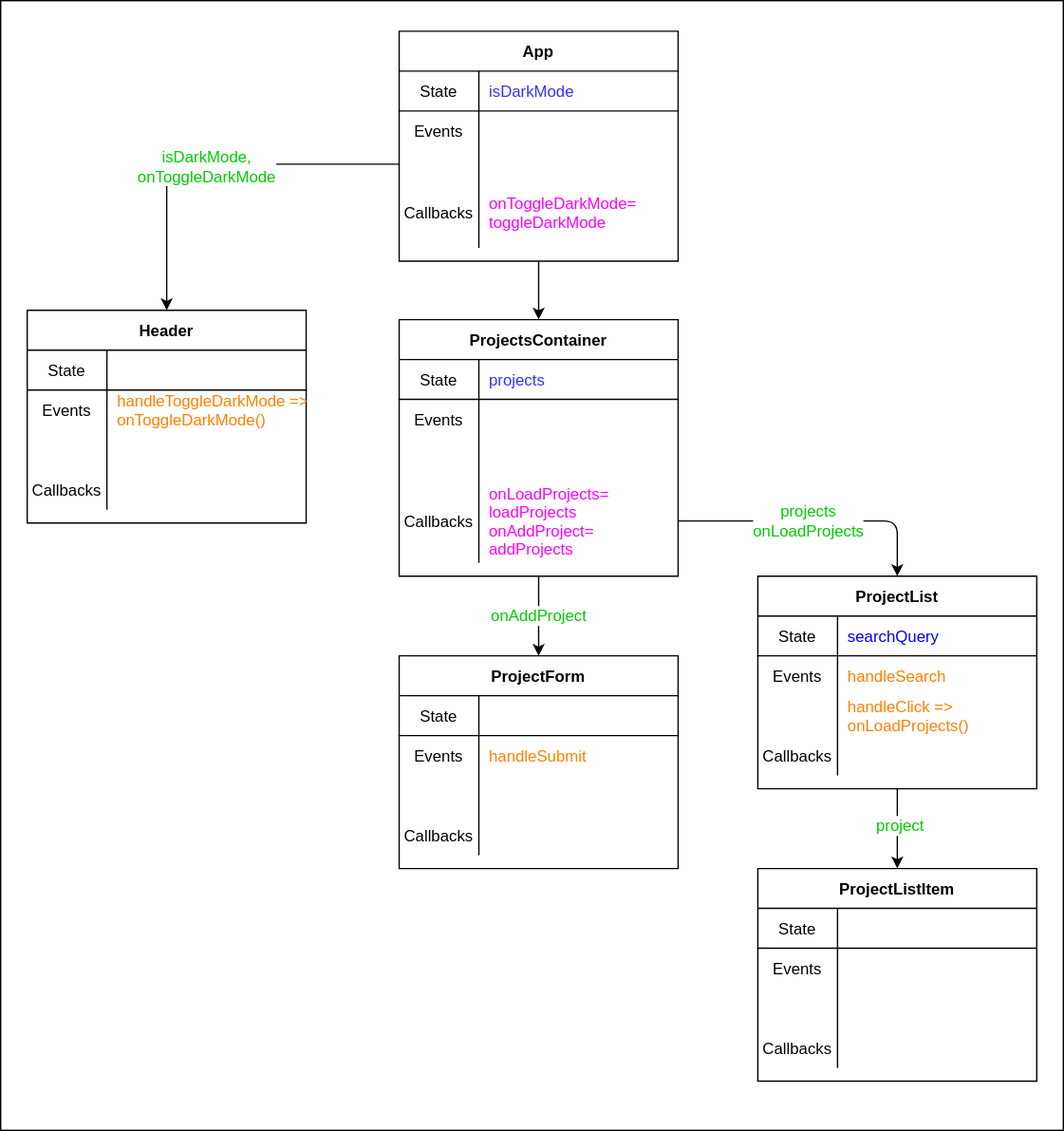
learn-co-students/SE-LIVE-121123-Phase-2-ProjectShowcase keeps this draw.io diagram as 05_side_effects_and_data_fetching/assets/component-hierarchy-with-updated-data-flow.drawio.svg. Above is the earlier version. Source tidied: cells renumbered, new cells last; positions are measured from the earlier drawing's top-left corner, leaving out a move shared by most shapes.
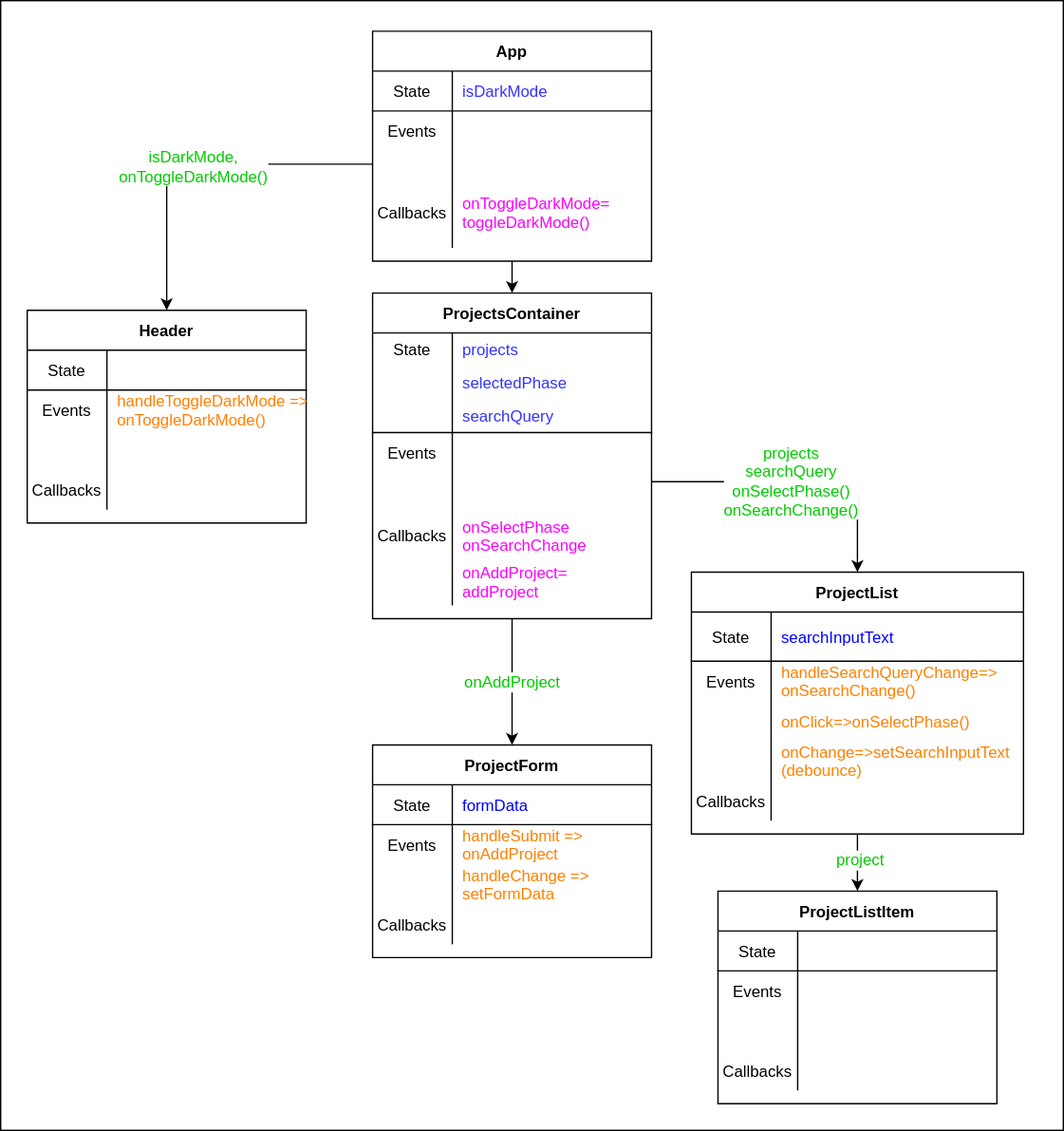
After the commit.

What changed in the source:
```diff
@@ -8,20 +8,20 @@
     <mxCell id="3" style="edgeStyle=orthogonalEdgeStyle;html=1;exitX=0;exitY=0.5;exitDx=0;exitDy=0;" parent="1" edge="1" source="15" target="21">
       <mxGeometry relative="1" as="geometry" />
     </mxCell>
-    <mxCell id="4" value="&lt;font style=&quot;font-size: 12px;&quot; color=&quot;#00cc00&quot;&gt;isDarkMode,&lt;br&gt;onToggleDarkMode&lt;/font&gt;" style="edgeLabel;html=1;align=center;verticalAlign=middle;" parent="3" vertex="1">
+    <mxCell id="4" value="&lt;font style=&quot;font-size: 12px;&quot; color=&quot;#00cc00&quot;&gt;isDarkMode,&lt;br&gt;onToggleDarkMode()&lt;/font&gt;" style="edgeLabel;html=1;align=center;verticalAlign=middle;" parent="3" vertex="1">
       <mxGeometry x="0.03" y="1" relative="1" as="geometry" />
     </mxCell>
-    <mxCell id="5" style="edgeStyle=orthogonalEdgeStyle;html=1;exitX=1;exitY=0.5;exitDx=0;exitDy=0;" parent="1" edge="1" source="86" target="49">
+    <mxCell id="5" style="edgeStyle=orthogonalEdgeStyle;html=1;exitX=1;exitY=0.233;exitDx=0;exitDy=0;exitPerimeter=0;" parent="1" edge="1" source="83" target="49">
       <mxGeometry relative="1" as="geometry" />
     </mxCell>
-    <mxCell id="6" value="&lt;font style=&quot;font-size: 12px;&quot; color=&quot;#00cc00&quot;&gt;projects&lt;br&gt;onLoadProjects&lt;/font&gt;" style="edgeLabel;html=1;align=center;verticalAlign=middle;" parent="5" vertex="1">
+    <mxCell id="6" value="&lt;font style=&quot;font-size: 12px;&quot; color=&quot;#00cc00&quot;&gt;projects&lt;br&gt;searchQuery&lt;br&gt;onSelectPhase()&lt;br&gt;onSearchChange()&lt;br&gt;&lt;/font&gt;" style="edgeLabel;html=1;align=center;verticalAlign=middle;" parent="5" vertex="1">
       <mxGeometry x="-0.06" relative="1" as="geometry" />
     </mxCell>
-    <mxCell id="7" style="edgeStyle=none;html=1;entryX=0.5;entryY=0;entryDx=0;entryDy=0;" parent="1" edge="1" source="8" target="76">
+    <mxCell id="7" style="edgeStyle=orthogonalEdgeStyle;html=1;entryX=0.5;entryY=0;entryDx=0;entryDy=0;" parent="1" edge="1" source="8" target="76">
       <mxGeometry relative="1" as="geometry" />
     </mxCell>
     <mxCell id="8" value="App" style="shape=table;startSize=30;rowLines=0;fontStyle=1;align=center;" parent="1" vertex="1">
-      <mxGeometry x="300" y="23" width="210" height="173" as="geometry" />
+      <mxGeometry x="280" y="23" width="210" height="173" as="geometry" />
     </mxCell>
     <mxCell id="9" style="shape=partialRectangle;fillColor=none;top=0;left=0;bottom=1;right=0;" parent="8" vertex="1">
       <mxGeometry y="30" width="210" height="30" as="geometry" />
@@ -56,7 +56,7 @@
     <mxCell id="19" value="Callbacks" style="shape=partialRectangle;fillColor=none;top=0;left=0;bottom=0;right=0;overflow=hidden;" parent="18" vertex="1">
       <mxGeometry width="60" height="53" as="geometry" />
     </mxCell>
-    <mxCell id="20" value="onToggleDarkMode=&#10;toggleDarkMode" style="shape=partialRectangle;fillColor=none;top=0;left=0;bottom=0;right=0;align=left;spacingLeft=6;overflow=hidden;strokeColor=#3333FF;fontColor=#FF00FF;labelBackgroundColor=default;" parent="18" vertex="1">
+    <mxCell id="20" value="onToggleDarkMode=&#10;toggleDarkMode()" style="shape=partialRectangle;fillColor=none;top=0;left=0;bottom=0;right=0;align=left;spacingLeft=6;overflow=hidden;strokeColor=#3333FF;fontColor=#FF00FF;labelBackgroundColor=default;" parent="18" vertex="1">
       <mxGeometry x="60" width="150" height="53" as="geometry" />
     </mxCell>
     <mxCell id="21" value="Header" style="shape=table;startSize=30;rowLines=0;fontStyle=1;align=center;" parent="1" vertex="1">
@@ -99,7 +99,7 @@
       <mxGeometry x="60" width="150" height="30" as="geometry" />
     </mxCell>
     <mxCell id="34" value="ProjectForm" style="shape=table;startSize=30;rowLines=0;fontStyle=1;align=center;" parent="1" vertex="1">
-      <mxGeometry x="300" y="493" width="210" height="160" as="geometry" />
+      <mxGeometry x="280" y="560" width="210" height="160" as="geometry" />
     </mxCell>
     <mxCell id="35" style="shape=partialRectangle;fillColor=none;top=0;left=0;bottom=1;right=0;" parent="34" vertex="1">
       <mxGeometry y="30" width="210" height="30" as="geometry" />
@@ -107,7 +107,7 @@
     <mxCell id="36" value="State" style="shape=partialRectangle;fillColor=none;top=0;left=0;bottom=0;right=0;fontStyle=0;overflow=hidden;" parent="35" vertex="1">
       <mxGeometry width="60" height="30" as="geometry" />
     </mxCell>
-    <mxCell id="37" style="shape=partialRectangle;fillColor=none;top=0;left=0;bottom=0;right=0;align=left;spacingLeft=6;fontStyle=0;overflow=hidden;" parent="35" vertex="1">
+    <mxCell id="37" value="formData" style="shape=partialRectangle;fillColor=none;top=0;left=0;bottom=0;right=0;align=left;spacingLeft=6;fontStyle=0;overflow=hidden;fontColor=#0000FF;" parent="35" vertex="1">
       <mxGeometry x="60" width="150" height="30" as="geometry" />
     </mxCell>
     <mxCell id="38" style="shape=partialRectangle;fillColor=none;top=0;left=0;bottom=0;right=0;" parent="34" vertex="1">
@@ -116,7 +116,7 @@
     <mxCell id="39" value="Events" style="shape=partialRectangle;fillColor=none;top=0;left=0;bottom=0;right=0;overflow=hidden;" parent="38" vertex="1">
       <mxGeometry width="60" height="30" as="geometry" />
     </mxCell>
-    <mxCell id="40" value="handleSubmit" style="shape=partialRectangle;fillColor=none;top=0;left=0;bottom=0;right=0;align=left;spacingLeft=6;overflow=hidden;fontColor=#FF8000;" parent="38" vertex="1">
+    <mxCell id="40" value="handleSubmit =&gt; &#10;onAddProject" style="shape=partialRectangle;fillColor=none;top=0;left=0;bottom=0;right=0;align=left;spacingLeft=6;overflow=hidden;fontColor=#FF8000;" parent="38" vertex="1">
       <mxGeometry x="60" width="150" height="30" as="geometry" />
     </mxCell>
     <mxCell id="41" style="shape=partialRectangle;fillColor=none;top=0;left=0;bottom=0;right=0;" parent="34" vertex="1">
@@ -125,7 +125,7 @@
     <mxCell id="42" style="shape=partialRectangle;fillColor=none;top=0;left=0;bottom=0;right=0;overflow=hidden;" parent="41" vertex="1">
       <mxGeometry width="60" height="30" as="geometry" />
     </mxCell>
-    <mxCell id="43" style="shape=partialRectangle;fillColor=none;top=0;left=0;bottom=0;right=0;align=left;spacingLeft=6;overflow=hidden;" parent="41" vertex="1">
+    <mxCell id="43" value="handleChange =&gt;&#10;setFormData" style="shape=partialRectangle;fillColor=none;top=0;left=0;bottom=0;right=0;align=left;spacingLeft=6;overflow=hidden;fontColor=#FF8000;" parent="41" vertex="1">
       <mxGeometry x="60" width="150" height="30" as="geometry" />
     </mxCell>
     <mxCell id="44" style="shape=partialRectangle;fillColor=none;top=0;left=0;bottom=0;right=0;" parent="34" vertex="1">
@@ -137,53 +137,62 @@
     <mxCell id="46" style="shape=partialRectangle;fillColor=none;top=0;left=0;bottom=0;right=0;align=left;spacingLeft=6;overflow=hidden;" parent="44" vertex="1">
       <mxGeometry x="60" width="150" height="30" as="geometry" />
     </mxCell>
-    <mxCell id="47" style="edgeStyle=none;html=1;" parent="1" edge="1" source="49" target="62">
+    <mxCell id="47" style="edgeStyle=orthogonalEdgeStyle;html=1;" parent="1" edge="1" source="49" target="62">
       <mxGeometry relative="1" as="geometry" />
     </mxCell>
     <mxCell id="48" value="&lt;font style=&quot;font-size: 12px;&quot; color=&quot;#00cc00&quot;&gt;project&lt;/font&gt;" style="edgeLabel;html=1;align=center;verticalAlign=middle;" parent="47" vertex="1">
       <mxGeometry x="-0.12" y="1" relative="1" as="geometry" />
     </mxCell>
     <mxCell id="49" value="ProjectList" style="shape=table;startSize=30;rowLines=0;fontStyle=1;align=center;" parent="1" vertex="1">
-      <mxGeometry x="570" y="433" width="210" height="160" as="geometry" />
+      <mxGeometry x="520" y="430" width="250" height="197" as="geometry" />
     </mxCell>
     <mxCell id="50" style="shape=partialRectangle;fillColor=none;top=0;left=0;bottom=1;right=0;" parent="49" vertex="1">
-      <mxGeometry y="30" width="210" height="30" as="geometry" />
+      <mxGeometry y="30" width="250" height="37" as="geometry" />
     </mxCell>
     <mxCell id="51" value="State" style="shape=partialRectangle;fillColor=none;top=0;left=0;bottom=0;right=0;fontStyle=0;overflow=hidden;" parent="50" vertex="1">
-      <mxGeometry width="60" height="30" as="geometry" />
+      <mxGeometry width="60" height="37" as="geometry" />
     </mxCell>
-    <mxCell id="52" value="searchQuery" style="shape=partialRectangle;fillColor=none;top=0;left=0;bottom=0;right=0;align=left;spacingLeft=6;fontStyle=0;overflow=hidden;fontColor=#0000FF;" parent="50" vertex="1">
-      <mxGeometry x="60" width="150" height="30" as="geometry" />
+    <mxCell id="52" value="searchInputText" style="shape=partialRectangle;fillColor=none;top=0;left=0;bottom=0;right=0;align=left;spacingLeft=6;fontStyle=0;overflow=hidden;fontColor=#0000FF;" parent="50" vertex="1">
+      <mxGeometry x="60" width="190" height="37" as="geometry" />
     </mxCell>
     <mxCell id="53" style="shape=partialRectangle;fillColor=none;top=0;left=0;bottom=0;right=0;" parent="49" vertex="1">
-      <mxGeometry y="60" width="210" height="30" as="geometry" />
+      <mxGeometry y="67" width="250" height="30" as="geometry" />
     </mxCell>
     <mxCell id="54" value="Events" style="shape=partialRectangle;fillColor=none;top=0;left=0;bottom=0;right=0;overflow=hidden;" parent="53" vertex="1">
       <mxGeometry width="60" height="30" as="geometry" />
     </mxCell>
-    <mxCell id="55" value="handleSearch" style="shape=partialRectangle;fillColor=none;top=0;left=0;bottom=0;right=0;align=left;spacingLeft=6;overflow=hidden;fontColor=#FF8000;" parent="53" vertex="1">
-      <mxGeometry x="60" width="150" height="30" as="geometry" />
+    <mxCell id="55" value="handleSearchQueryChange=&gt;&#10;onSearchChange()" style="shape=partialRectangle;fillColor=none;top=0;left=0;bottom=0;right=0;align=left;spacingLeft=6;overflow=hidden;fontColor=#FF8000;" parent="53" vertex="1">
+      <mxGeometry x="60" width="190" height="30" as="geometry" />
     </mxCell>
     <mxCell id="56" style="shape=partialRectangle;fillColor=none;top=0;left=0;bottom=0;right=0;" parent="49" vertex="1">
-      <mxGeometry y="90" width="210" height="30" as="geometry" />
+      <mxGeometry y="97" width="250" height="30" as="geometry" />
     </mxCell>
     <mxCell id="57" style="shape=partialRectangle;fillColor=none;top=0;left=0;bottom=0;right=0;overflow=hidden;" parent="56" vertex="1">
       <mxGeometry width="60" height="30" as="geometry" />
     </mxCell>
-    <mxCell id="58" value="handleClick =&gt;&#10;onLoadProjects()" style="shape=partialRectangle;fillColor=none;top=0;left=0;bottom=0;right=0;align=left;spacingLeft=6;overflow=hidden;fontColor=#FF8000;" parent="56" vertex="1">
-      <mxGeometry x="60" width="150" height="30" as="geometry" />
+    <mxCell id="58" value="onClick=&gt;onSelectPhase()" style="shape=partialRectangle;fillColor=none;top=0;left=0;bottom=0;right=0;align=left;spacingLeft=6;overflow=hidden;fontColor=#FF8000;" parent="56" vertex="1">
+      <mxGeometry x="60" width="190" height="30" as="geometry" />
     </mxCell>
+    <mxCell id="89" style="shape=partialRectangle;fillColor=none;top=0;left=0;bottom=0;right=0;" parent="49" vertex="1">
+      <mxGeometry y="127" width="250" height="30" as="geometry" />
+    </mxCell>
+    <mxCell id="90" style="shape=partialRectangle;fillColor=none;top=0;left=0;bottom=0;right=0;overflow=hidden;" parent="89" vertex="1">
+      <mxGeometry width="60" height="30" as="geometry" />
+    </mxCell>
+    <mxCell id="91" value="onChange=&gt;setSearchInputText&#10;(debounce)" style="shape=partialRectangle;fillColor=none;top=0;left=0;bottom=0;right=0;align=left;spacingLeft=6;overflow=hidden;fontColor=#FF8000;" parent="89" vertex="1">
+      <mxGeometry x="60" width="190" height="30" as="geometry" />
+    </mxCell>
     <mxCell id="59" style="shape=partialRectangle;fillColor=none;top=0;left=0;bottom=0;right=0;" parent="49" vertex="1">
-      <mxGeometry y="120" width="210" height="30" as="geometry" />
+      <mxGeometry y="157" width="250" height="30" as="geometry" />
     </mxCell>
     <mxCell id="60" value="Callbacks" style="shape=partialRectangle;fillColor=none;top=0;left=0;bottom=0;right=0;overflow=hidden;" parent="59" vertex="1">
       <mxGeometry width="60" height="30" as="geometry" />
     </mxCell>
     <mxCell id="61" style="shape=partialRectangle;fillColor=none;top=0;left=0;bottom=0;right=0;align=left;spacingLeft=6;overflow=hidden;" parent="59" vertex="1">
-      <mxGeometry x="60" width="150" height="30" as="geometry" />
+      <mxGeometry x="60" width="190" height="30" as="geometry" />
     </mxCell>
     <mxCell id="62" value="ProjectListItem" style="shape=table;startSize=30;rowLines=0;fontStyle=1;align=center;" parent="1" vertex="1">
-      <mxGeometry x="570" y="653" width="210" height="160" as="geometry" />
+      <mxGeometry x="540" y="670" width="210" height="160" as="geometry" />
     </mxCell>
     <mxCell id="63" style="shape=partialRectangle;fillColor=none;top=0;left=0;bottom=1;right=0;" parent="62" vertex="1">
       <mxGeometry y="30" width="210" height="30" as="geometry" />
@@ -225,19 +234,37 @@
       <mxGeometry relative="1" as="geometry" />
     </mxCell>
     <mxCell id="76" value="ProjectsContainer" style="shape=table;startSize=30;rowLines=0;fontStyle=1;align=center;" parent="1" vertex="1">
-      <mxGeometry x="300" y="240" width="210" height="193" as="geometry" />
+      <mxGeometry x="280" y="220" width="210" height="245" as="geometry" />
     </mxCell>
-    <mxCell id="77" style="shape=partialRectangle;fillColor=none;top=0;left=0;bottom=1;right=0;" parent="76" vertex="1">
-      <mxGeometry y="30" width="210" height="30" as="geometry" />
+    <mxCell id="77" style="shape=partialRectangle;fillColor=none;top=0;left=0;bottom=1;right=0;strokeColor=none;" parent="76" vertex="1">
+      <mxGeometry y="30" width="210" height="25" as="geometry" />
     </mxCell>
-    <mxCell id="78" value="State" style="shape=partialRectangle;fillColor=none;top=0;left=0;bottom=0;right=0;fontStyle=0;overflow=hidden;" parent="77" vertex="1">
-      <mxGeometry width="60" height="30" as="geometry" />
+    <mxCell id="78" value="State" style="shape=partialRectangle;fillColor=none;top=0;left=0;bottom=0;right=0;fontStyle=0;overflow=hidden;strokeColor=none;" parent="77" vertex="1">
+      <mxGeometry width="60" height="25" as="geometry" />
     </mxCell>
-    <mxCell id="79" value="projects" style="shape=partialRectangle;fillColor=none;top=0;left=0;bottom=0;right=0;align=left;spacingLeft=6;fontStyle=0;overflow=hidden;fontColor=#3333FF;" parent="77" vertex="1">
-      <mxGeometry x="60" width="150" height="30" as="geometry" />
+    <mxCell id="79" value="projects" style="shape=partialRectangle;fillColor=none;top=0;left=0;bottom=0;right=0;align=left;spacingLeft=6;fontStyle=0;overflow=hidden;fontColor=#3333FF;strokeColor=none;" parent="77" vertex="1">
+      <mxGeometry x="60" width="150" height="25" as="geometry" />
     </mxCell>
+    <mxCell id="92" style="shape=partialRectangle;fillColor=none;top=0;left=0;bottom=1;right=0;strokeColor=none;" parent="76" vertex="1">
+      <mxGeometry y="55" width="210" height="25" as="geometry" />
+    </mxCell>
+    <mxCell id="93" style="shape=partialRectangle;fillColor=none;top=0;left=0;bottom=0;right=0;fontStyle=0;overflow=hidden;" parent="92" vertex="1">
+      <mxGeometry width="60" height="25" as="geometry" />
+    </mxCell>
+    <mxCell id="94" value="selectedPhase" style="shape=partialRectangle;fillColor=none;top=0;left=0;bottom=0;right=0;align=left;spacingLeft=6;fontStyle=0;overflow=hidden;fontColor=#3333FF;" parent="92" vertex="1">
+      <mxGeometry x="60" width="150" height="25" as="geometry" />
+    </mxCell>
+    <mxCell id="95" style="shape=partialRectangle;fillColor=none;top=0;left=0;bottom=1;right=0;" parent="76" vertex="1">
+      <mxGeometry y="80" width="210" height="25" as="geometry" />
+    </mxCell>
+    <mxCell id="96" style="shape=partialRectangle;fillColor=none;top=0;left=0;bottom=0;right=0;fontStyle=0;overflow=hidden;" parent="95" vertex="1">
+      <mxGeometry width="60" height="25" as="geometry" />
+    </mxCell>
+    <mxCell id="97" value="searchQuery" style="shape=partialRectangle;fillColor=none;top=0;left=0;bottom=0;right=0;align=left;spacingLeft=6;fontStyle=0;overflow=hidden;fontColor=#3333FF;" parent="95" vertex="1">
+      <mxGeometry x="60" width="150" height="25" as="geometry" />
+    </mxCell>
     <mxCell id="80" style="shape=partialRectangle;fillColor=none;top=0;left=0;bottom=0;right=0;" parent="76" vertex="1">
-      <mxGeometry y="60" width="210" height="30" as="geometry" />
+      <mxGeometry y="105" width="210" height="30" as="geometry" />
     </mxCell>
     <mxCell id="81" value="Events" style="shape=partialRectangle;fillColor=none;top=0;left=0;bottom=0;right=0;overflow=hidden;" parent="80" vertex="1">
       <mxGeometry width="60" height="30" as="geometry" />
@@ -246,7 +273,7 @@
       <mxGeometry x="60" width="150" height="30" as="geometry" />
     </mxCell>
     <mxCell id="83" style="shape=partialRectangle;fillColor=none;top=0;left=0;bottom=0;right=0;points=[[0,0.5],[1,0.5]];portConstraint=eastwest;" parent="76" vertex="1">
-      <mxGeometry y="90" width="210" height="30" as="geometry" />
+      <mxGeometry y="135" width="210" height="30" as="geometry" />
     </mxCell>
     <mxCell id="84" style="shape=partialRectangle;fillColor=none;top=0;left=0;bottom=0;right=0;overflow=hidden;" parent="83" vertex="1">
       <mxGeometry width="60" height="30" as="geometry" />
@@ -255,13 +282,22 @@
       <mxGeometry x="60" width="150" height="30" as="geometry" />
     </mxCell>
     <mxCell id="86" style="shape=partialRectangle;fillColor=none;top=0;left=0;bottom=0;right=0;points=[[0,0.5],[1,0.5]];portConstraint=eastwest;" parent="76" vertex="1">
-      <mxGeometry y="120" width="210" height="63" as="geometry" />
+      <mxGeometry y="165" width="210" height="35" as="geometry" />
     </mxCell>
     <mxCell id="87" value="Callbacks" style="shape=partialRectangle;fillColor=none;top=0;left=0;bottom=0;right=0;overflow=hidden;" parent="86" vertex="1">
-      <mxGeometry width="60" height="63" as="geometry" />
+      <mxGeometry width="60" height="35" as="geometry" />
     </mxCell>
-    <mxCell id="88" value="onLoadProjects=&#10;loadProjects&#10;onAddProject=&#10;addProjects" style="shape=partialRectangle;fillColor=none;top=0;left=0;bottom=0;right=0;align=left;spacingLeft=6;overflow=hidden;strokeColor=#3333FF;fontColor=#FF00FF;" parent="86" vertex="1">
-      <mxGeometry x="60" width="150" height="63" as="geometry" />
+    <mxCell id="88" value="onSelectPhase&#10;onSearchChange" style="shape=partialRectangle;fillColor=none;top=0;left=0;bottom=0;right=0;align=left;spacingLeft=6;overflow=hidden;strokeColor=#3333FF;fontColor=#FF00FF;" parent="86" vertex="1">
+      <mxGeometry x="60" width="150" height="35" as="geometry" />
     </mxCell>
+    <mxCell id="98" style="shape=partialRectangle;fillColor=none;top=0;left=0;bottom=0;right=0;" parent="76" vertex="1">
+      <mxGeometry y="200" width="210" height="35" as="geometry" />
+    </mxCell>
+    <mxCell id="99" style="shape=partialRectangle;fillColor=none;top=0;left=0;bottom=0;right=0;overflow=hidden;" parent="98" vertex="1">
+      <mxGeometry width="60" height="35" as="geometry" />
+    </mxCell>
+    <mxCell id="100" value="onAddProject=&#10;addProject" style="shape=partialRectangle;fillColor=none;top=0;left=0;bottom=0;right=0;align=left;spacingLeft=6;overflow=hidden;strokeColor=#3333FF;fontColor=#FF00FF;" parent="98" vertex="1">
+      <mxGeometry x="60" width="150" height="35" as="geometry" />
+    </mxCell>
   </root>
 </mxGraphModel>
```
